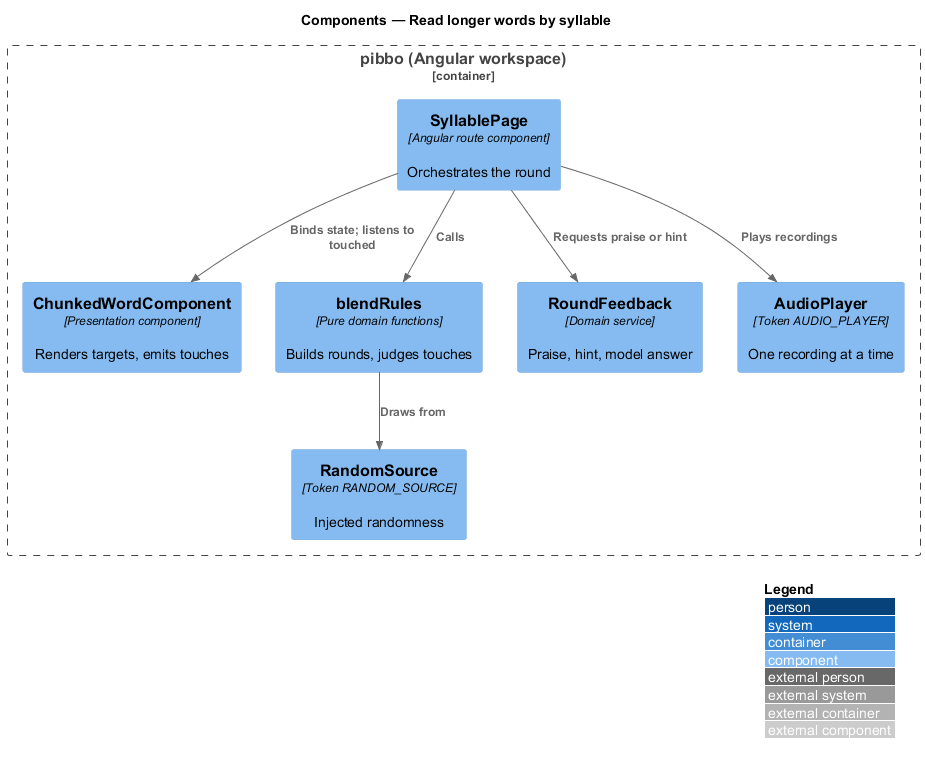
Above: docs/detailed-designs/sound-out/read-by-syllable/diagrams/c4-component.png in QuinntyneBrown/pibbo (PlantUML), before the change.
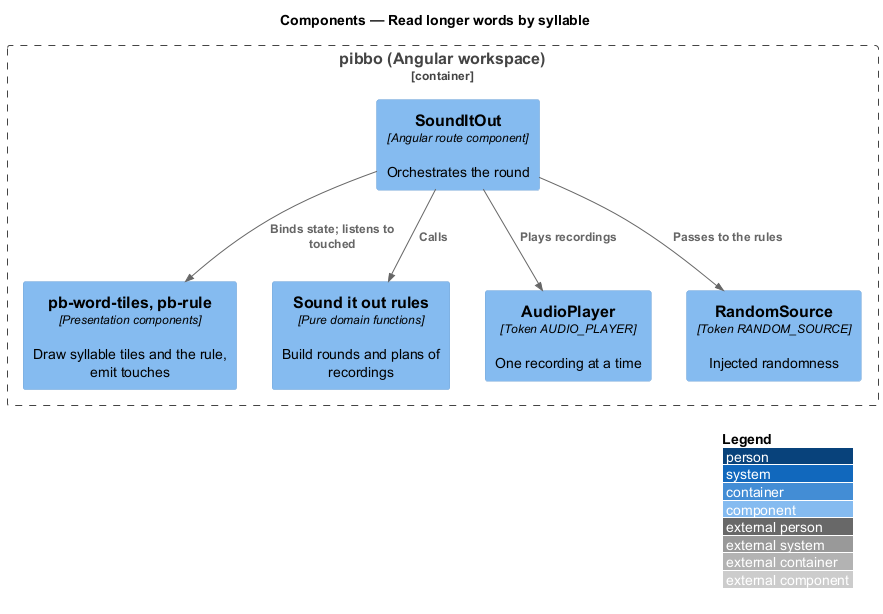
The same file after the commit.

The edit, as a diff of the source:
```diff
@@ -3,16 +3,14 @@
 LAYOUT_WITH_LEGEND()
 title Components — Read longer words by syllable
 Container_Boundary(b, "pibbo (Angular workspace)") {
-  Component(page, "SyllablePage", "Angular route component", "Orchestrates the round")
-  Component(view, "ChunkedWordComponent", "Presentation component", "Renders targets, emits touches")
-  Component(rules, "blendRules", "Pure domain functions", "Builds rounds, judges touches")
-  Component(fb, "RoundFeedback", "Domain service", "Praise, hint, model answer")
+  Component(page, "SoundItOut", "Angular route component", "Orchestrates the round")
+  Component(view, "pb-word-tiles, pb-rule", "Presentation components", "Draw syllable tiles and the rule, emit touches")
+  Component(rules, "Sound it out rules", "Pure domain functions", "Build rounds and plans of recordings")
   Component(audio, "AudioPlayer", "Token AUDIO_PLAYER", "One recording at a time")
   Component(rnd, "RandomSource", "Token RANDOM_SOURCE", "Injected randomness")
 }
 Rel(page, view, "Binds state; listens to touched")
 Rel(page, rules, "Calls")
-Rel(rules, rnd, "Draws from")
+Rel(page, rnd, "Passes to the rules")
 Rel(page, audio, "Plays recordings")
-Rel(page, fb, "Requests praise or hint")
 @enduml
```
